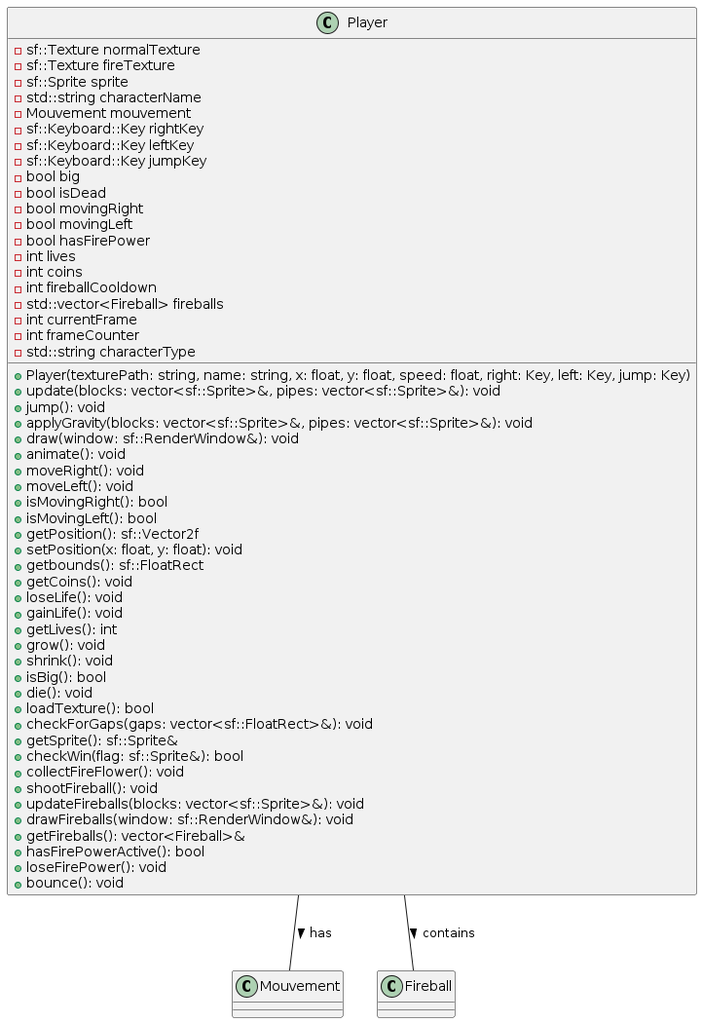
Sarahzeghendy/Mario-Bros keeps this PlantUML diagram as uml/Player_class_diagram.png. Above is the earlier version.
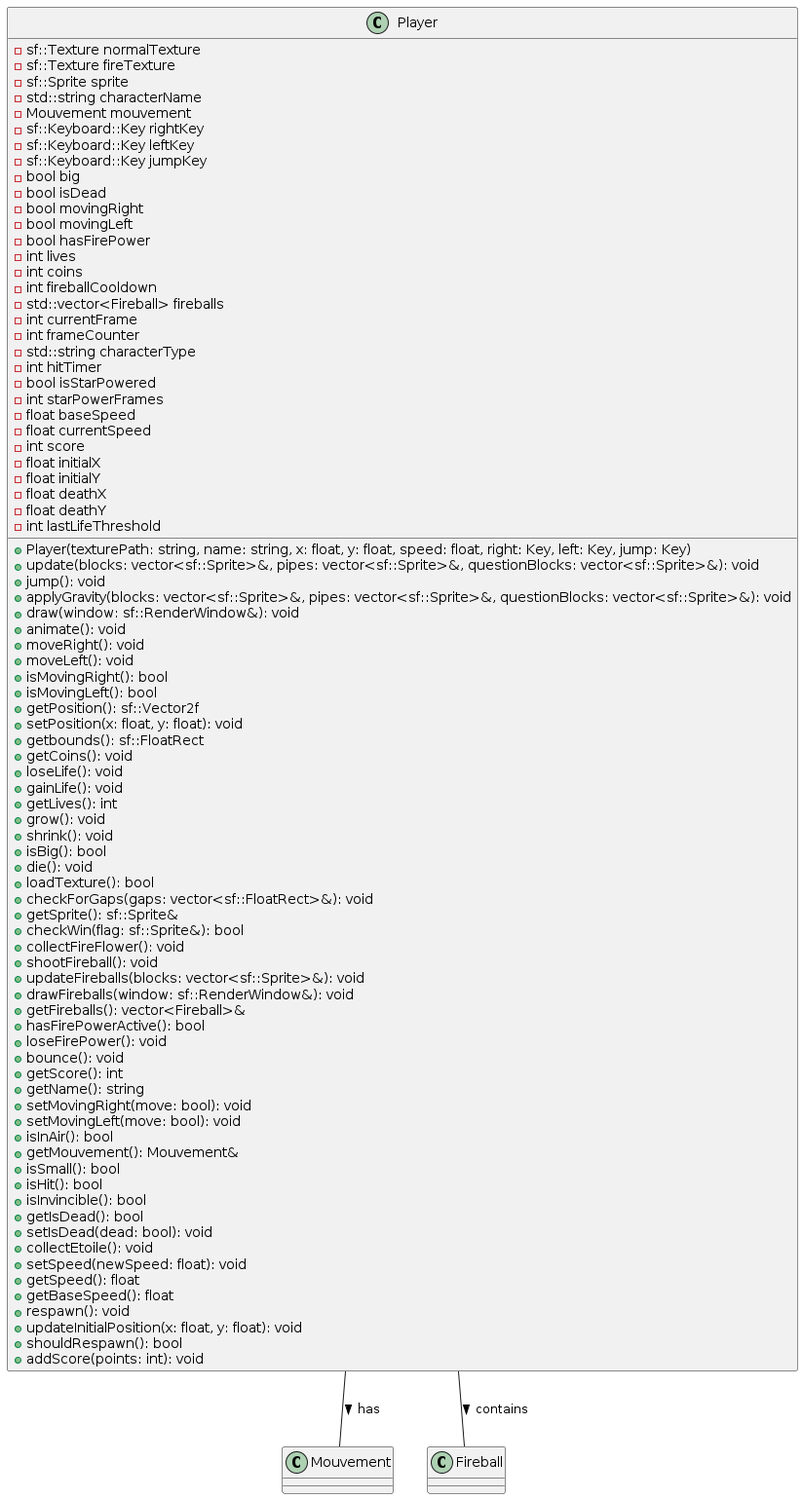
After the change.

What changed in the source:
```diff
@@ -21,11 +21,22 @@
   - int currentFrame
   - int frameCounter
   - std::string characterType
+  - int hitTimer
+  - bool isStarPowered
+  - int starPowerFrames
+  - float baseSpeed
+  - float currentSpeed
+  - int score
+  - float initialX
+  - float initialY
+  - float deathX
+  - float deathY
+  - int lastLifeThreshold
 
   + Player(texturePath: string, name: string, x: float, y: float, speed: float, right: Key, left: Key, jump: Key)
-  + update(blocks: vector<sf::Sprite>&, pipes: vector<sf::Sprite>&): void
+  + update(blocks: vector<sf::Sprite>&, pipes: vector<sf::Sprite>&, questionBlocks: vector<sf::Sprite>&): void
   + jump(): void
-  + applyGravity(blocks: vector<sf::Sprite>&, pipes: vector<sf::Sprite>&): void
+  + applyGravity(blocks: vector<sf::Sprite>&, pipes: vector<sf::Sprite>&, questionBlocks: vector<sf::Sprite>&): void
   + draw(window: sf::RenderWindow&): void
   + animate(): void
   + moveRight(): void
@@ -55,6 +66,25 @@
   + hasFirePowerActive(): bool
   + loseFirePower(): void
   + bounce(): void
+  + getScore(): int
+  + getName(): string
+  + setMovingRight(move: bool): void
+  + setMovingLeft(move: bool): void
+  + isInAir(): bool
+  + getMouvement(): Mouvement&
+  + isSmall(): bool
+  + isHit(): bool
+  + isInvincible(): bool
+  + getIsDead(): bool
+  + setIsDead(dead: bool): void
+  + collectEtoile(): void
+  + setSpeed(newSpeed: float): void
+  + getSpeed(): float
+  + getBaseSpeed(): float
+  + respawn(): void
+  + updateInitialPosition(x: float, y: float): void
+  + shouldRespawn(): bool
+  + addScore(points: int): void
 }
 
 class Mouvement {
```
